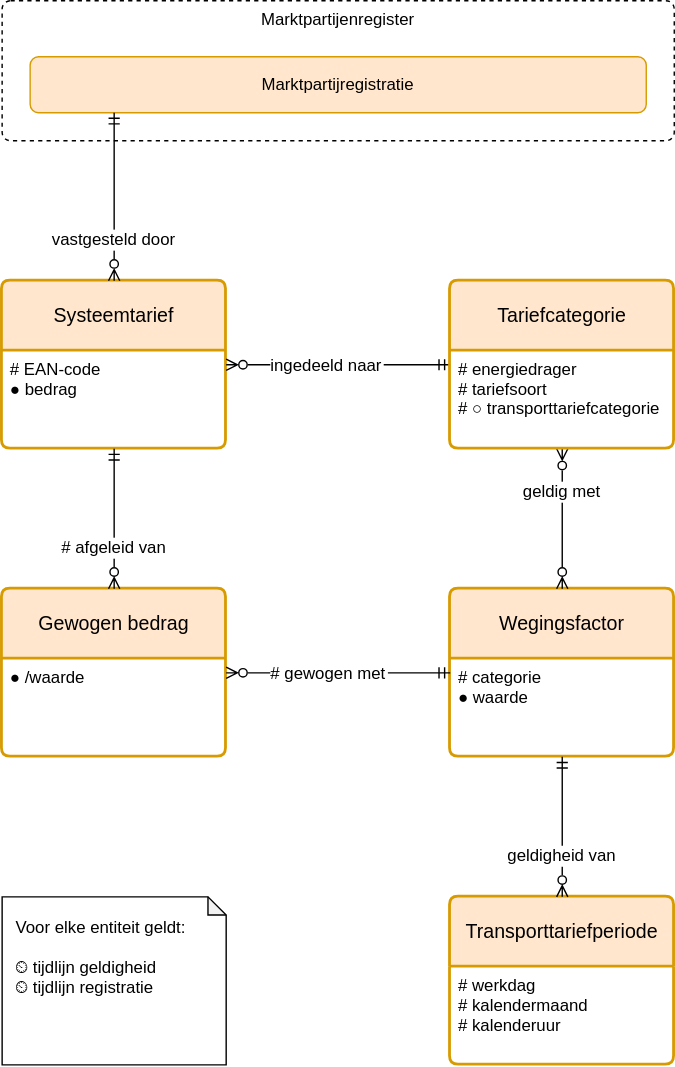
Above: registers/tarievenregister/2.0/tarievenregister.drawio.svg in netbeheernederland/stelsel (draw.io), before the change. Source tidied: cells renumbered, new cells last; positions are measured from the earlier drawing's top-left corner, leaving out a move shared by most shapes.
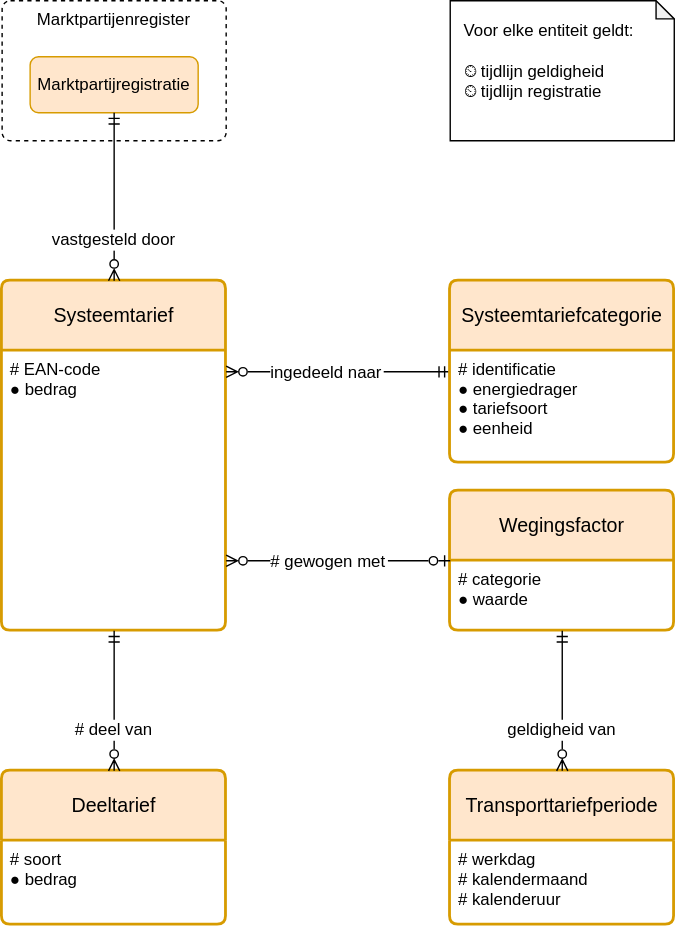
The same file after the commit.

The edit, as a diff of the source:
```diff
@@ -3,61 +3,58 @@
     <mxCell id="0" />
     <mxCell id="1" parent="0" />
     <mxCell id="2" value="Systeemtarief" style="swimlane;horizontal=1;startSize=50;rounded=1;fontSize=14;fontStyle=0;strokeWidth=2;shadow=0;dashed=0;align=center;fillColor=#ffe6cc;strokeColor=#d79b00;arcSize=4;whiteSpace=wrap;spacing=10;" parent="1" vertex="1">
-      <mxGeometry y="200" width="160" height="120" as="geometry" />
+      <mxGeometry y="200" width="160" height="250" as="geometry" />
     </mxCell>
-    <mxCell id="3" value="# EAN-code&#10;● bedrag" style="align=left;strokeColor=none;fillColor=none;spacingLeft=4;fontSize=12;verticalAlign=top;" parent="2" vertex="1">
-      <mxGeometry y="50" width="160" height="70" as="geometry" />
+    <mxCell id="3" value="# EAN-code&#10;● bedrag" style="align=left;strokeColor=none;fillColor=none;spacingLeft=4;fontSize=12;verticalAlign=top;" parent="2" vertex="1">
+      <mxGeometry y="50" width="160" height="200" as="geometry" />
     </mxCell>
-    <mxCell id="4" value="ingedeeld naar" style="fontSize=12;endArrow=ERmandOne;startArrow=ERzeroToMany;rounded=0;startFill=0;endFill=0;verticalAlign=middle;strokeColor=default;labelBackgroundColor=default;fontColor=default;align=left;" parent="1" edge="1" source="2" target="14">
+    <mxCell id="4" value="ingedeeld naar" style="fontSize=12;endArrow=ERmandOne;startArrow=ERzeroToMany;rounded=0;startFill=0;endFill=0;verticalAlign=middle;strokeColor=default;labelBackgroundColor=default;fontColor=default;align=left;edgeStyle=elbowEdgeStyle;elbow=vertical;" parent="1" edge="1" source="2" target="14">
       <mxGeometry x="-0.62" relative="1" as="geometry" />
     </mxCell>
     <mxCell id="5" value="Marktpartijenregister" style="rounded=1;whiteSpace=wrap;verticalAlign=top;sketch=0;fontSize=12;dashed=1;arcSize=12;absoluteArcSize=1;" parent="1" vertex="1">
-      <mxGeometry width="480" height="100" as="geometry" />
+      <mxGeometry width="160" height="100" as="geometry" />
     </mxCell>
     <mxCell id="6" value="Marktpartijregistratie" style="rounded=1;arcSize=12;whiteSpace=wrap;align=center;fillColor=#ffe6cc;strokeColor=#d79b00;absoluteArcSize=1;horizontal=1;" parent="1" vertex="1">
-      <mxGeometry x="20" y="40" width="440" height="40" as="geometry" />
+      <mxGeometry x="20" y="40" width="120" height="40" as="geometry" />
     </mxCell>
     <mxCell id="7" value="vastgesteld door" style="fontSize=12;endArrow=ERmandOne;startArrow=ERzeroToMany;rounded=0;startFill=0;endFill=0;verticalAlign=middle;strokeColor=default;labelBackgroundColor=default;fontColor=default;align=center;edgeStyle=elbowEdgeStyle;exitX=0.5;exitY=0;exitDx=0;exitDy=0;" parent="1" edge="1" source="2" target="6">
       <mxGeometry x="-0.5" relative="1" as="geometry" />
     </mxCell>
     <mxCell id="8" value="Wegingsfactor" style="swimlane;horizontal=1;startSize=50;rounded=1;fontSize=14;fontStyle=0;strokeWidth=2;shadow=0;dashed=0;align=center;fillColor=#ffe6cc;strokeColor=#d79b00;arcSize=4;whiteSpace=wrap;spacing=10;" parent="1" vertex="1">
-      <mxGeometry x="320" y="420" width="160" height="120" as="geometry" />
+      <mxGeometry x="320" y="350" width="160" height="100" as="geometry" />
     </mxCell>
     <mxCell id="9" value="# categorie&#10;● waarde" style="align=left;strokeColor=none;fillColor=none;spacingLeft=4;fontSize=12;verticalAlign=top;" parent="8" vertex="1">
-      <mxGeometry y="50" width="160" height="70" as="geometry" />
+      <mxGeometry y="50" width="160" height="50" as="geometry" />
     </mxCell>
     <mxCell id="10" value="Transporttariefperiode" style="swimlane;horizontal=1;startSize=50;rounded=1;fontSize=14;fontStyle=0;strokeWidth=2;shadow=0;dashed=0;align=center;fillColor=#ffe6cc;strokeColor=#d79b00;arcSize=4;whiteSpace=wrap;spacing=10;" parent="1" vertex="1">
-      <mxGeometry x="320" y="640" width="160" height="120" as="geometry" />
+      <mxGeometry x="320" y="550" width="160" height="110" as="geometry" />
     </mxCell>
     <mxCell id="11" value="# werkdag&#10;# kalendermaand&#10;# kalenderuur" style="align=left;strokeColor=none;fillColor=none;spacingLeft=4;fontSize=12;verticalAlign=top;" parent="10" vertex="1">
-      <mxGeometry y="50" width="160" height="70" as="geometry" />
+      <mxGeometry y="50" width="160" height="60" as="geometry" />
     </mxCell>
     <mxCell id="12" value="geldigheid van" style="fontSize=12;endArrow=ERmandOne;startArrow=ERzeroToMany;rounded=0;startFill=0;endFill=0;verticalAlign=middle;strokeColor=default;labelBackgroundColor=default;fontColor=default;align=center;" parent="1" edge="1" source="10" target="8">
       <mxGeometry x="-0.4" relative="1" as="geometry" />
     </mxCell>
-    <mxCell id="13" value="geldig met" style="fontSize=12;endArrow=ERzeroToMany;startArrow=ERzeroToMany;rounded=0;startFill=0;endFill=0;verticalAlign=middle;strokeColor=default;labelBackgroundColor=default;fontColor=default;align=center;" parent="1" edge="1" source="14" target="8">
-      <mxGeometry x="-0.4" relative="1" as="geometry" />
-    </mxCell>
-    <mxCell id="14" value="Tariefcategorie" style="swimlane;horizontal=1;startSize=50;rounded=1;fontSize=14;fontStyle=0;strokeWidth=2;shadow=0;dashed=0;align=center;fillColor=#ffe6cc;strokeColor=#d79b00;arcSize=4;whiteSpace=wrap;spacing=10;" parent="1" vertex="1">
-      <mxGeometry x="320" y="200" width="160" height="120" as="geometry" />
+    <mxCell id="14" value="Systeemtariefcategorie" style="swimlane;horizontal=1;startSize=50;rounded=1;fontSize=14;fontStyle=0;strokeWidth=2;shadow=0;dashed=0;align=center;fillColor=#ffe6cc;strokeColor=#d79b00;arcSize=4;whiteSpace=wrap;spacing=10;" parent="1" vertex="1">
+      <mxGeometry x="320" y="200" width="160" height="130" as="geometry" />
     </mxCell>
-    <mxCell id="15" value="# energiedrager&#10;# tariefsoort&#10;# ○ transporttariefcategorie" style="align=left;strokeColor=none;fillColor=none;spacingLeft=4;fontSize=12;verticalAlign=top;" parent="14" vertex="1">
-      <mxGeometry y="50" width="160" height="70" as="geometry" />
+    <mxCell id="15" value="# identificatie&#10;● energiedrager&#10;● tariefsoort&#10;● eenheid" style="align=left;strokeColor=none;fillColor=none;spacingLeft=4;fontSize=12;verticalAlign=top;" parent="14" vertex="1">
+      <mxGeometry y="50" width="160" height="80" as="geometry" />
     </mxCell>
-    <mxCell id="16" value="Gewogen bedrag" style="swimlane;horizontal=1;startSize=50;rounded=1;fontSize=14;fontStyle=0;strokeWidth=2;shadow=0;dashed=0;align=center;fillColor=#ffe6cc;strokeColor=#d79b00;arcSize=4;whiteSpace=wrap;spacing=10;" parent="1" vertex="1">
-      <mxGeometry y="420" width="160" height="120" as="geometry" />
-    </mxCell>
-    <mxCell id="17" value="● /waarde" style="align=left;strokeColor=none;fillColor=none;spacingLeft=4;fontSize=12;verticalAlign=top;" parent="16" vertex="1">
-      <mxGeometry y="50" width="160" height="70" as="geometry" />
-    </mxCell>
-    <mxCell id="18" value="# afgeleid van" style="fontSize=12;endArrow=ERmandOne;startArrow=ERzeroToMany;rounded=0;startFill=0;endFill=0;verticalAlign=middle;strokeColor=default;labelBackgroundColor=default;fontColor=default;align=center;" parent="1" edge="1" source="16" target="2">
-      <mxGeometry x="-0.4" relative="1" as="geometry" />
-    </mxCell>
-    <mxCell id="19" value="# gewogen met" style="fontSize=12;endArrow=ERmandOne;startArrow=ERzeroToMany;rounded=0;startFill=0;endFill=0;verticalAlign=middle;strokeColor=default;labelBackgroundColor=default;fontColor=default;align=left;" parent="1" edge="1" source="16" target="8">
+    <mxCell id="19" value="# gewogen met" style="fontSize=12;endArrow=ERzeroToOne;startArrow=ERzeroToMany;rounded=0;startFill=0;endFill=0;verticalAlign=middle;strokeColor=default;labelBackgroundColor=default;fontColor=default;align=left;edgeStyle=elbowEdgeStyle;elbow=vertical;" parent="1" edge="1" source="2" target="8">
       <mxGeometry x="-0.62" relative="1" as="geometry" />
     </mxCell>
     <mxCell id="20" value="Voor elke entiteit geldt:&#10;&#10;⏲ tijdlijn geldigheid&#10;⏲ tijdlijn registratie" style="shape=note;whiteSpace=wrap;backgroundOutline=1;darkOpacity=0.05;align=left;size=13;spacing=10;verticalAlign=top;" parent="1" vertex="1">
-      <mxGeometry y="640" width="160" height="120" as="geometry" />
+      <mxGeometry x="320" width="160" height="100" as="geometry" />
     </mxCell>
+    <mxCell id="21" value="Deeltarief" style="swimlane;horizontal=1;startSize=50;rounded=1;fontSize=14;fontStyle=0;strokeWidth=2;shadow=0;dashed=0;align=center;fillColor=#ffe6cc;strokeColor=#d79b00;arcSize=4;whiteSpace=wrap;spacing=10;" parent="1" vertex="1">
+      <mxGeometry y="550" width="160" height="110" as="geometry" />
+    </mxCell>
+    <mxCell id="22" value="# soort&#10;● bedrag" style="align=left;strokeColor=none;fillColor=none;spacingLeft=4;fontSize=12;verticalAlign=top;" parent="21" vertex="1">
+      <mxGeometry y="50" width="160" height="60" as="geometry" />
+    </mxCell>
+    <mxCell id="23" value="# deel van" style="fontSize=12;endArrow=ERmandOne;startArrow=ERzeroToMany;rounded=0;startFill=0;endFill=0;verticalAlign=middle;strokeColor=default;labelBackgroundColor=default;fontColor=default;align=center;elbow=vertical;" parent="1" edge="1" source="21" target="2">
+      <mxGeometry x="-0.4" relative="1" as="geometry" />
+    </mxCell>
   </root>
 </mxGraphModel>
```
